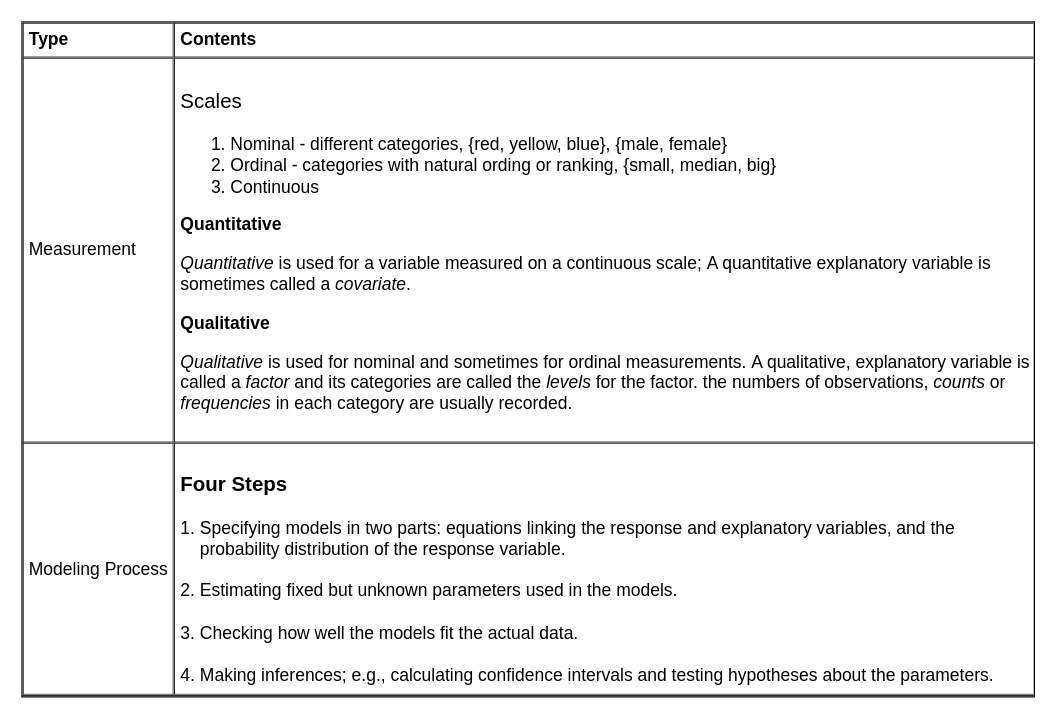
Earlier version of the draw.io diagram page "Prob&Stat" (7 of 7) of ml/ml.drawio (yangdj/tf_docs). Source tidied: cells renumbered, new cells numbered last; positions are measured from the earlier drawing's top-left corner, leaving out a move shared by most shapes. Both pictures are drawn from the tidied source at 125%, with x=0, y=0 at pixel (21, 21).
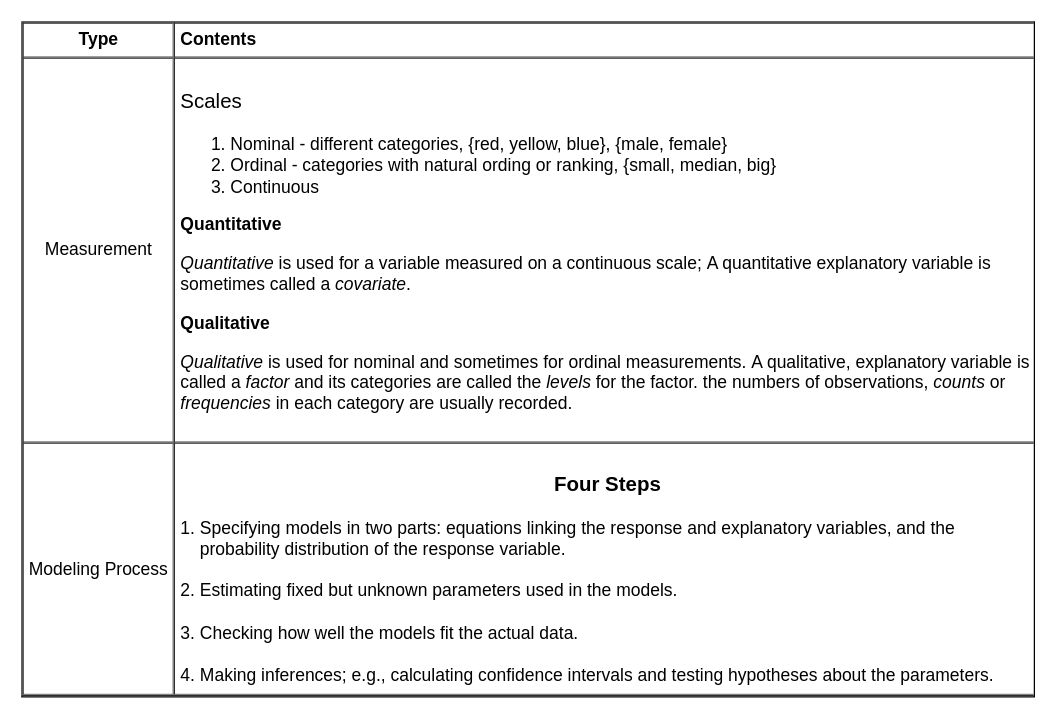
The same page after the edit.

What changed in the source:
```diff
@@
 <mxGraphModel>
   <root>
     <mxCell id="0" />
     <mxCell id="1" parent="0" />
-    <mxCell id="2" value="&lt;table cellpadding=&quot;4&quot; cellspacing=&quot;0&quot; border=&quot;1&quot; style=&quot;font-size: 14px ; width: 100% ; height: 100%&quot;&gt;&lt;tbody style=&quot;font-size: 14px&quot;&gt;&lt;tr style=&quot;font-size: 14px&quot;&gt;&lt;th style=&quot;font-size: 14px&quot;&gt;Type&lt;/th&gt;&lt;th style=&quot;font-size: 14px&quot;&gt;Contents&lt;/th&gt;&lt;/tr&gt;&lt;tr style=&quot;font-size: 14px&quot;&gt;&lt;td style=&quot;font-size: 14px&quot;&gt;Measurement&lt;/td&gt;&lt;td style=&quot;font-size: 14px&quot;&gt;&lt;h3 style=&quot;font-size: 14px&quot;&gt;&lt;p style=&quot;font-size: 14px&quot;&gt;&lt;/p&gt;&lt;/h3&gt;&lt;h3&gt;&lt;span style=&quot;font-weight: 400&quot;&gt;Scales&lt;/span&gt;&lt;/h3&gt;&lt;ol style=&quot;font-size: 14px&quot;&gt;&lt;li style=&quot;font-size: 14px&quot;&gt;&lt;span style=&quot;font-weight: normal ; font-size: 14px&quot;&gt;Nominal - different categories, {red, yellow, blue}, {male, female}&lt;/span&gt;&lt;/li&gt;&lt;li style=&quot;font-size: 14px&quot;&gt;&lt;span style=&quot;font-weight: normal ; font-size: 14px&quot;&gt;Ordinal - categories with natural ording or ranking, {small, median, big}&lt;/span&gt;&lt;/li&gt;&lt;li style=&quot;font-size: 14px&quot;&gt;&lt;span style=&quot;font-weight: normal ; font-size: 14px&quot;&gt;Continuous&lt;/span&gt;&lt;/li&gt;&lt;/ol&gt;&lt;div style=&quot;font-size: 14px&quot;&gt;&lt;h3 style=&quot;font-size: 14px&quot;&gt;Quantitative&lt;/h3&gt;&lt;div style=&quot;font-size: 14px&quot;&gt;&lt;span style=&quot;font-size: 14px ; font-weight: 400&quot;&gt;&lt;i style=&quot;font-size: 14px&quot;&gt;Quantitative&lt;/i&gt; is used for a variable mea&lt;/span&gt;&lt;span style=&quot;font-size: 14px ; font-weight: 400&quot;&gt;sured on a continuous scale;&amp;nbsp;&lt;/span&gt;&lt;span style=&quot;font-size: 14px ; font-weight: 400&quot;&gt;A quantitative&amp;nbsp;&lt;/span&gt;&lt;span style=&quot;font-size: 14px ; font-weight: 400&quot;&gt;explanatory variable&amp;nbsp;&lt;/span&gt;&lt;span style=&quot;font-weight: 400&quot;&gt;is&amp;nbsp;&lt;/span&gt;&lt;/div&gt;&lt;div style=&quot;font-size: 14px&quot;&gt;&lt;span style=&quot;font-weight: 400&quot;&gt;sometimes called&amp;nbsp;&lt;/span&gt;&lt;span style=&quot;font-weight: 400&quot;&gt;a &lt;i&gt;covariate&lt;/i&gt;.&lt;/span&gt;&lt;/div&gt;&lt;h3 style=&quot;font-size: 14px&quot;&gt;Qualitative&lt;/h3&gt;&lt;div style=&quot;font-size: 14px&quot;&gt;&lt;span style=&quot;font-size: 14px ; font-weight: 400&quot;&gt;&lt;i style=&quot;font-size: 14px&quot;&gt;Qualitative&lt;/i&gt;&amp;nbsp;is used for nominal and some&lt;/span&gt;&lt;span style=&quot;font-size: 14px ; font-weight: 400&quot;&gt;times for ordinal measurements.&amp;nbsp;&lt;/span&gt;&lt;span style=&quot;font-size: 14px ; font-weight: 400&quot;&gt;A qualitative, explanatory v&lt;/span&gt;&lt;span style=&quot;font-weight: 400&quot;&gt;ariable is&amp;nbsp;&lt;/span&gt;&lt;/div&gt;&lt;div style=&quot;font-size: 14px&quot;&gt;&lt;span style=&quot;font-weight: 400&quot;&gt;called&amp;nbsp;&lt;/span&gt;&lt;span style=&quot;font-weight: 400&quot;&gt;a &lt;i&gt;factor&lt;/i&gt;&amp;nbsp;&lt;/span&gt;&lt;span style=&quot;font-weight: 400&quot;&gt;and its categories are called the &lt;i&gt;levels&lt;/i&gt; for the factor.&amp;nbsp;&lt;/span&gt;&lt;span style=&quot;font-weight: normal&quot;&gt;the numbers of observations, &lt;i&gt;counts&lt;/i&gt; or&amp;nbsp;&lt;/span&gt;&lt;/div&gt;&lt;div style=&quot;font-size: 14px&quot;&gt;&lt;span style=&quot;font-weight: normal&quot;&gt;&lt;i&gt;frequencies&lt;/i&gt; in each&amp;nbsp;&lt;/span&gt;&lt;span style=&quot;font-weight: normal&quot;&gt;category are usually recorded.&lt;/span&gt;&lt;/div&gt;&lt;/div&gt;&lt;p style=&quot;font-size: 14px&quot;&gt;&lt;/p&gt;&lt;/td&gt;&lt;/tr&gt;&lt;tr&gt;&lt;td&gt;Modeling Process&lt;/td&gt;&lt;td&gt;&lt;h3&gt;Four Steps&lt;/h3&gt;&lt;div&gt;1.&amp;nbsp;&lt;span&gt;Specifying models in two parts: equations linking the response and explana&lt;/span&gt;&lt;span&gt;tory variables,&amp;nbsp;&lt;/span&gt;&lt;span&gt;and the&amp;nbsp;&lt;/span&gt;&lt;/div&gt;&lt;div&gt;&lt;span&gt;&amp;nbsp; &amp;nbsp; probability distribution of the response variable.&lt;/span&gt;&lt;/div&gt;&lt;div&gt;&lt;span&gt;&lt;br&gt;&lt;/span&gt;&lt;/div&gt;&lt;div&gt;&lt;span&gt;2.&amp;nbsp;&lt;/span&gt;&lt;span&gt;Estimating ﬁxed but unknown parameters used in the models.&lt;/span&gt;&lt;/div&gt;&lt;div&gt;&lt;span&gt;&lt;br&gt;&lt;/span&gt;&lt;/div&gt;&lt;div&gt;&lt;span&gt;3.&amp;nbsp;&lt;/span&gt;&lt;span&gt;Checking how well the models ﬁt the actual data.&lt;/span&gt;&lt;/div&gt;&lt;div&gt;&lt;span&gt;&lt;br&gt;&lt;/span&gt;&lt;/div&gt;&lt;div&gt;&lt;span&gt;4.&amp;nbsp;&lt;/span&gt;&lt;span&gt;Making inferences; e.g., calculating conﬁdence intervals and testing&amp;nbsp;&lt;/span&gt;&lt;span&gt;hypotheses about the parameters.&lt;/span&gt;&lt;/div&gt;&lt;/td&gt;&lt;/tr&gt;&lt;/tbody&gt;&lt;/table&gt; " style="verticalAlign=top;align=left;overflow=fill;fontSize=14;fontFamily=Helvetica;html=1;" parent="1" vertex="1">
+    <mxCell id="2" value="&lt;table cellpadding=&quot;4&quot; cellspacing=&quot;0&quot; border=&quot;1&quot; style=&quot;font-size: 14px ; width: 100% ; height: 100%&quot;&gt;&lt;tbody style=&quot;font-size: 14px&quot;&gt;&lt;tr style=&quot;font-size: 14px&quot;&gt;&lt;th style=&quot;text-align: center ; font-size: 14px&quot;&gt;Type&lt;/th&gt;&lt;th style=&quot;font-size: 14px&quot;&gt;Contents&lt;/th&gt;&lt;/tr&gt;&lt;tr style=&quot;font-size: 14px&quot;&gt;&lt;td style=&quot;text-align: center ; font-size: 14px&quot;&gt;Measurement&lt;/td&gt;&lt;td style=&quot;font-size: 14px&quot;&gt;&lt;h3 style=&quot;font-size: 14px&quot;&gt;&lt;p style=&quot;font-size: 14px&quot;&gt;&lt;/p&gt;&lt;/h3&gt;&lt;h3&gt;&lt;span style=&quot;font-weight: 400&quot;&gt;Scales&lt;/span&gt;&lt;/h3&gt;&lt;ol style=&quot;font-size: 14px&quot;&gt;&lt;li style=&quot;font-size: 14px&quot;&gt;&lt;span style=&quot;font-weight: normal ; font-size: 14px&quot;&gt;Nominal - different categories, {red, yellow, blue}, {male, female}&lt;/span&gt;&lt;/li&gt;&lt;li style=&quot;font-size: 14px&quot;&gt;&lt;span style=&quot;font-weight: normal ; font-size: 14px&quot;&gt;Ordinal - categories with natural ording or ranking, {small, median, big}&lt;/span&gt;&lt;/li&gt;&lt;li style=&quot;font-size: 14px&quot;&gt;&lt;span style=&quot;font-weight: normal ; font-size: 14px&quot;&gt;Continuous&lt;/span&gt;&lt;/li&gt;&lt;/ol&gt;&lt;div style=&quot;font-size: 14px&quot;&gt;&lt;h3 style=&quot;font-size: 14px&quot;&gt;Quantitative&lt;/h3&gt;&lt;div style=&quot;font-size: 14px&quot;&gt;&lt;span style=&quot;font-size: 14px ; font-weight: 400&quot;&gt;&lt;i style=&quot;font-size: 14px&quot;&gt;Quantitative&lt;/i&gt; is used for a variable mea&lt;/span&gt;&lt;span style=&quot;font-size: 14px ; font-weight: 400&quot;&gt;sured on a continuous scale;&amp;nbsp;&lt;/span&gt;&lt;span style=&quot;font-size: 14px ; font-weight: 400&quot;&gt;A quantitative&amp;nbsp;&lt;/span&gt;&lt;span style=&quot;font-size: 14px ; font-weight: 400&quot;&gt;explanatory variable&amp;nbsp;&lt;/span&gt;&lt;span style=&quot;font-weight: 400&quot;&gt;is&amp;nbsp;&lt;/span&gt;&lt;/div&gt;&lt;div style=&quot;font-size: 14px&quot;&gt;&lt;span style=&quot;font-weight: 400&quot;&gt;sometimes called&amp;nbsp;&lt;/span&gt;&lt;span style=&quot;font-weight: 400&quot;&gt;a &lt;i&gt;covariate&lt;/i&gt;.&lt;/span&gt;&lt;/div&gt;&lt;h3 style=&quot;font-size: 14px&quot;&gt;Qualitative&lt;/h3&gt;&lt;div style=&quot;font-size: 14px&quot;&gt;&lt;span style=&quot;font-size: 14px ; font-weight: 400&quot;&gt;&lt;i style=&quot;font-size: 14px&quot;&gt;Qualitative&lt;/i&gt;&amp;nbsp;is used for nominal and some&lt;/span&gt;&lt;span style=&quot;font-size: 14px ; font-weight: 400&quot;&gt;times for ordinal measurements.&amp;nbsp;&lt;/span&gt;&lt;span style=&quot;font-size: 14px ; font-weight: 400&quot;&gt;A qualitative, explanatory v&lt;/span&gt;&lt;span style=&quot;font-weight: 400&quot;&gt;ariable is&amp;nbsp;&lt;/span&gt;&lt;/div&gt;&lt;div style=&quot;font-size: 14px&quot;&gt;&lt;span style=&quot;font-weight: 400&quot;&gt;called&amp;nbsp;&lt;/span&gt;&lt;span style=&quot;font-weight: 400&quot;&gt;a &lt;i&gt;factor&lt;/i&gt;&amp;nbsp;&lt;/span&gt;&lt;span style=&quot;font-weight: 400&quot;&gt;and its categories are called the &lt;i&gt;levels&lt;/i&gt; for the factor.&amp;nbsp;&lt;/span&gt;&lt;span style=&quot;font-weight: normal&quot;&gt;the numbers of observations, &lt;i&gt;counts&lt;/i&gt; or&amp;nbsp;&lt;/span&gt;&lt;/div&gt;&lt;div style=&quot;font-size: 14px&quot;&gt;&lt;span style=&quot;font-weight: normal&quot;&gt;&lt;i&gt;frequencies&lt;/i&gt; in each&amp;nbsp;&lt;/span&gt;&lt;span style=&quot;font-weight: normal&quot;&gt;category are usually recorded.&lt;/span&gt;&lt;/div&gt;&lt;/div&gt;&lt;p style=&quot;font-size: 14px&quot;&gt;&lt;/p&gt;&lt;/td&gt;&lt;/tr&gt;&lt;tr&gt;&lt;td style=&quot;text-align: center&quot;&gt;Modeling Process&lt;/td&gt;&lt;td&gt;&lt;h3 style=&quot;text-align: center&quot;&gt;Four Steps&lt;/h3&gt;&lt;div&gt;1.&amp;nbsp;&lt;span&gt;Specifying models in two parts: equations linking the response and explana&lt;/span&gt;&lt;span&gt;tory variables,&amp;nbsp;&lt;/span&gt;&lt;span&gt;and the&amp;nbsp;&lt;/span&gt;&lt;/div&gt;&lt;div&gt;&lt;span&gt;&amp;nbsp; &amp;nbsp; probability distribution of the response variable.&lt;/span&gt;&lt;/div&gt;&lt;div&gt;&lt;span&gt;&lt;br&gt;&lt;/span&gt;&lt;/div&gt;&lt;div&gt;&lt;span&gt;2.&amp;nbsp;&lt;/span&gt;&lt;span&gt;Estimating ﬁxed but unknown parameters used in the models.&lt;/span&gt;&lt;/div&gt;&lt;div&gt;&lt;span&gt;&lt;br&gt;&lt;/span&gt;&lt;/div&gt;&lt;div&gt;&lt;span&gt;3.&amp;nbsp;&lt;/span&gt;&lt;span&gt;Checking how well the models ﬁt the actual data.&lt;/span&gt;&lt;/div&gt;&lt;div&gt;&lt;span&gt;&lt;br&gt;&lt;/span&gt;&lt;/div&gt;&lt;div&gt;&lt;span&gt;4.&amp;nbsp;&lt;/span&gt;&lt;span&gt;Making inferences; e.g., calculating conﬁdence intervals and testing&amp;nbsp;&lt;/span&gt;&lt;span&gt;hypotheses about the parameters.&lt;/span&gt;&lt;/div&gt;&lt;/td&gt;&lt;/tr&gt;&lt;/tbody&gt;&lt;/table&gt; " style="verticalAlign=top;align=left;overflow=fill;fontSize=14;fontFamily=Helvetica;html=1;" parent="1" vertex="1">
       <mxGeometry width="810" height="540" as="geometry" />
     </mxCell>
   </root>
 </mxGraphModel>
```
